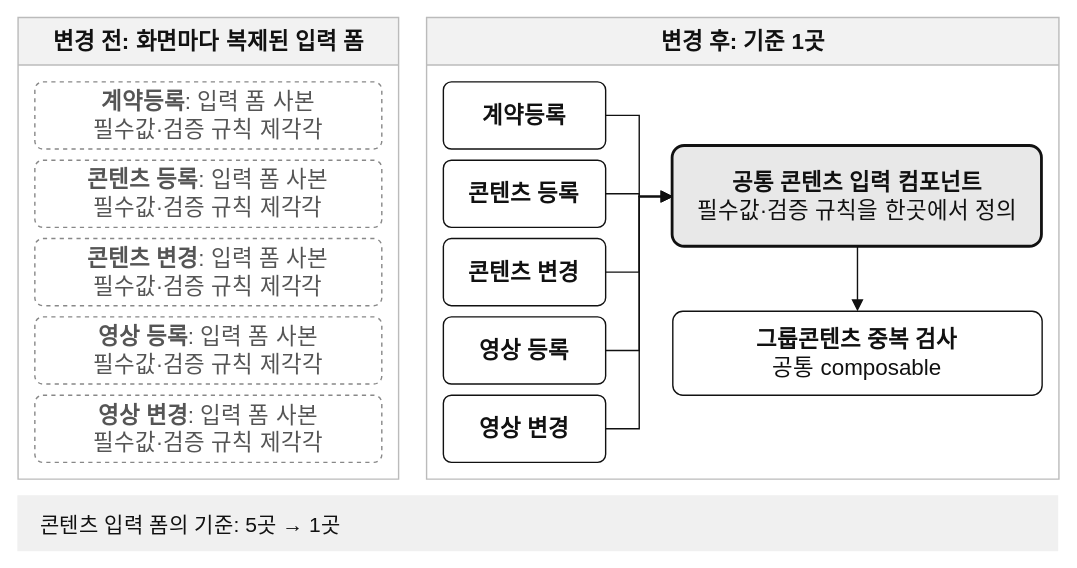
The draw.io diagram public/diagrams/content-form-unify.drawio.svg in reasonjun/portfolio, before a commit. Source tidied: cells renumbered, new cells last; positions are measured from the earlier drawing's top-left corner, leaving out a move shared by most shapes.
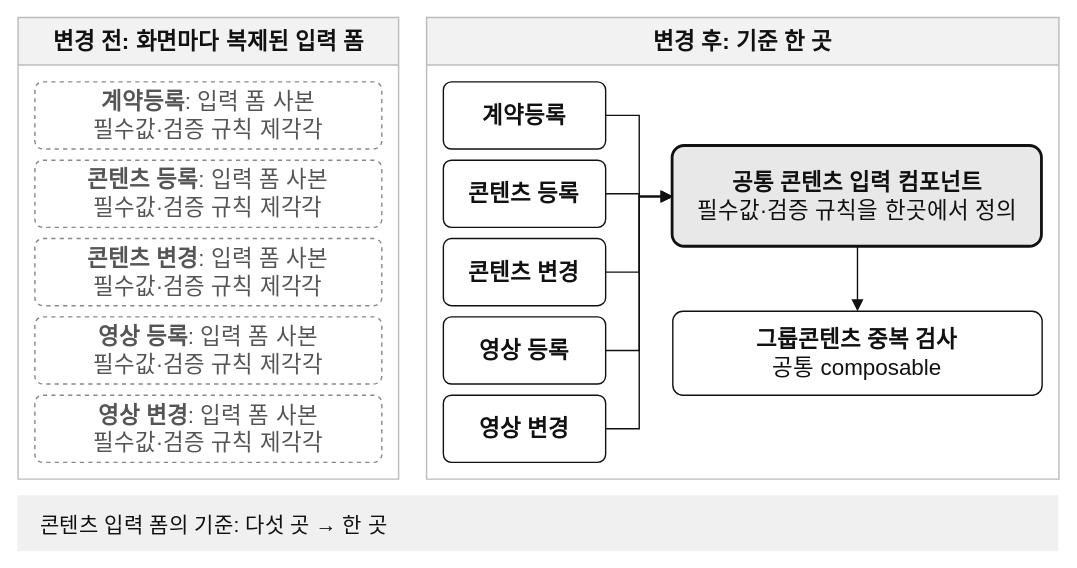
After the commit.

Change to the diagram source:
```diff
@@ -5,7 +5,7 @@
     <mxCell id="2" value="&lt;b&gt;변경 전&lt;/b&gt;: 화면마다 복제된 입력 폼" style="swimlane;startSize=34;html=1;fontSize=16;fontColor=#111111;strokeColor=#BBBBBB;fillColor=#F2F2F2;swimlaneFillColor=#FFFFFF;rounded=0;" parent="1" vertex="1">
       <mxGeometry width="272" height="330" as="geometry" />
     </mxCell>
-    <mxCell id="3" value="&lt;b&gt;변경 후&lt;/b&gt;: 기준 1곳" style="swimlane;startSize=34;html=1;fontSize=16;fontColor=#111111;strokeColor=#BBBBBB;fillColor=#F2F2F2;swimlaneFillColor=#FFFFFF;rounded=0;" parent="1" vertex="1">
+    <mxCell id="3" value="&lt;b&gt;변경 후&lt;/b&gt;: 기준 한 곳" style="swimlane;startSize=34;html=1;fontSize=16;fontColor=#111111;strokeColor=#BBBBBB;fillColor=#F2F2F2;swimlaneFillColor=#FFFFFF;rounded=0;" parent="1" vertex="1">
       <mxGeometry x="292" width="452" height="330" as="geometry" />
     </mxCell>
     <mxCell id="4" value="&lt;b&gt;계약등록&lt;/b&gt;: 입력 폼 사본&lt;br&gt;필수값·검증 규칙 제각각" style="rounded=1;whiteSpace=wrap;html=1;fontSize=16;fontColor=#555555;strokeColor=#888888;dashed=1;fillColor=#FFFFFF;arcSize=12;" parent="1" vertex="1">
@@ -44,7 +44,7 @@
     <mxCell id="15" value="&lt;b&gt;그룹콘텐츠 중복 검사&lt;/b&gt;&lt;br&gt;공통 composable" style="rounded=1;whiteSpace=wrap;html=1;fontSize=16;fontColor=#111111;strokeColor=#111111;fillColor=#FFFFFF;arcSize=12;" parent="1" vertex="1">
       <mxGeometry x="468" y="210" width="264" height="60" as="geometry" />
     </mxCell>
-    <mxCell id="16" value="콘텐츠 입력 폼의 기준: 5곳 → 1곳" style="rounded=0;whiteSpace=wrap;html=1;fontSize=15;fontColor=#111111;strokeColor=none;fillColor=#F0F0F0;align=left;spacingLeft=14;" parent="1" vertex="1">
+    <mxCell id="16" value="콘텐츠 입력 폼의 기준: 다섯 곳 → 한 곳" style="rounded=0;whiteSpace=wrap;html=1;fontSize=15;fontColor=#111111;strokeColor=none;fillColor=#F0F0F0;align=left;spacingLeft=14;" parent="1" vertex="1">
       <mxGeometry y="342" width="744" height="40" as="geometry" />
     </mxCell>
     <mxCell id="17" style="endArrow=block;endFill=1;html=1;strokeColor=#111111;fontColor=#111111;fontSize=15;labelBackgroundColor=#FFFFFF;edgeStyle=orthogonalEdgeStyle;rounded=0;entryX=0;entryY=0.5;" parent="1" edge="1" source="5" target="14">
```
